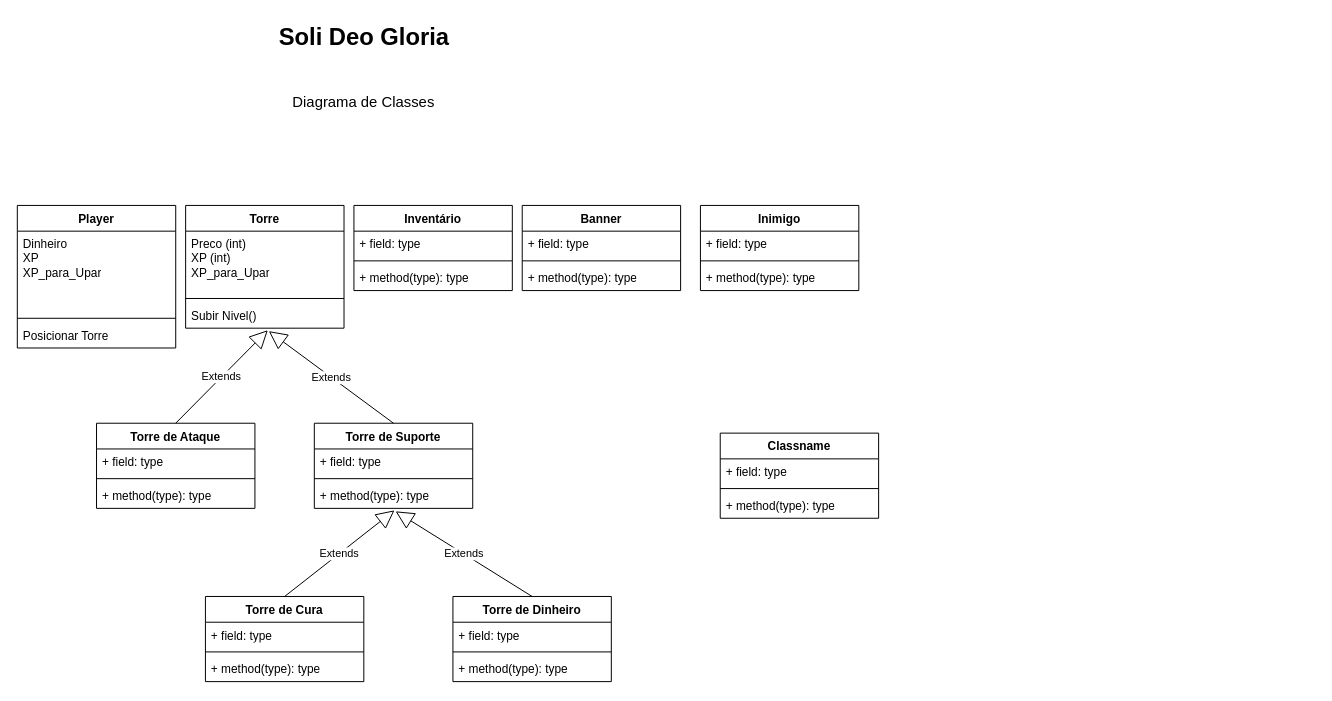
This is Diagrama de Classes.drawio from DEV-0ne-Jao/Projeto-Integrador, a draw.io file, before an edit. Source tidied: cells renumbered, new cells numbered last; positions are measured from the earlier drawing's top-left corner, leaving out a move shared by most shapes. Both pictures are drawn from the tidied source at 99%, with x=0, y=0 at pixel (17, 17).
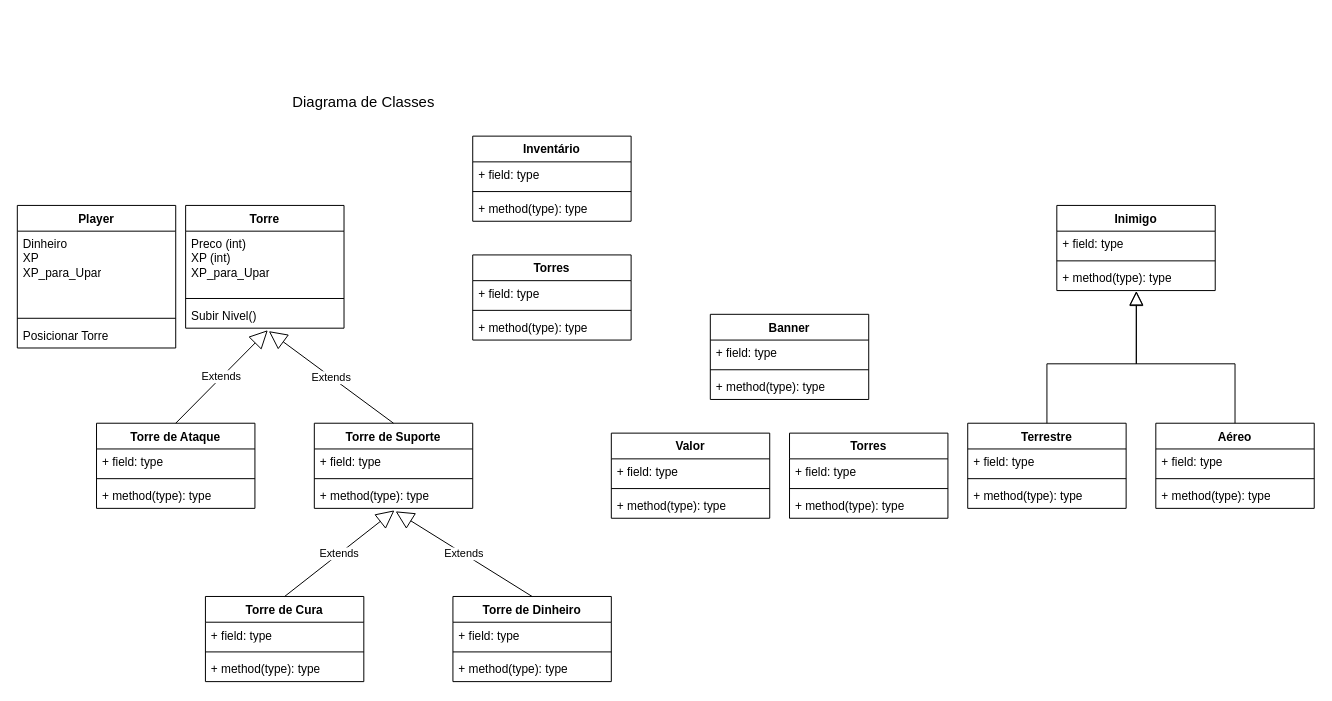
The same diagram, later.

The change refers to these unchanged cells:
```xml
<mxCell id="33" value="+ method(type): type" style="text;strokeColor=none;fillColor=none;align=left;verticalAlign=top;spacingLeft=4;spacingRight=4;overflow=hidden;points=[[0,0.5],[1,0.5]];portConstraint=eastwest;whiteSpace=wrap;html=1;" parent="30" vertex="1">
  <mxGeometry y="60" width="160" height="26" as="geometry" />
</mxCell>
```

Diff of the diagram source:
```diff
@@
-    <mxCell id="3" value="Soli Deo Gloria" style="text;strokeColor=none;fillColor=none;html=1;fontSize=24;fontStyle=1;verticalAlign=middle;align=center;" parent="1" vertex="1">
-      <mxGeometry x="300" width="100" height="40" as="geometry" />
-    </mxCell>
@@
     <mxCell id="8" value="Inventário" style="swimlane;fontStyle=1;align=center;verticalAlign=top;horizontal=1;startSize=26;whiteSpace=wrap;html=1;" parent="1" vertex="1">
-      <mxGeometry x="340" y="190" width="160" height="86" as="geometry" />
+      <mxGeometry x="460" y="120" width="160" height="86" as="geometry" />
     </mxCell>
@@
     <mxCell id="16" value="Banner" style="swimlane;fontStyle=1;align=center;verticalAlign=top;horizontal=1;startSize=26;whiteSpace=wrap;html=1;" parent="1" vertex="1">
-      <mxGeometry x="510" y="190" width="160" height="86" as="geometry" />
+      <mxGeometry x="700" y="300" width="160" height="86" as="geometry" />
     </mxCell>
@@
     <mxCell id="30" value="Inimigo" style="swimlane;fontStyle=1;align=center;verticalAlign=top;horizontal=1;startSize=26;whiteSpace=wrap;html=1;" parent="1" vertex="1">
-      <mxGeometry x="690" y="190" width="160" height="86" as="geometry" />
+      <mxGeometry x="1050" y="190" width="160" height="86" as="geometry" />
     </mxCell>
@@
-    <mxCell id="34" value="Classname" style="swimlane;fontStyle=1;align=center;verticalAlign=top;horizontal=1;startSize=26;whiteSpace=wrap;html=1;" parent="1" vertex="1">
-      <mxGeometry x="710" y="420" width="160" height="86" as="geometry" />
+    <mxCell id="34" value="Terrestre" style="swimlane;fontStyle=1;align=center;verticalAlign=top;horizontal=1;startSize=26;whiteSpace=wrap;html=1;" parent="1" vertex="1">
+      <mxGeometry x="960" y="410" width="160" height="86" as="geometry" />
     </mxCell>
@@
+    <mxCell id="48" value="Aéreo" style="swimlane;fontStyle=1;align=center;verticalAlign=top;horizontal=1;startSize=26;whiteSpace=wrap;html=1;" parent="1" vertex="1">
+      <mxGeometry x="1150" y="410" width="160" height="86" as="geometry" />
+    </mxCell>
+    <mxCell id="49" value="+ field: type" style="text;strokeColor=none;fillColor=none;align=left;verticalAlign=top;spacingLeft=4;spacingRight=4;overflow=hidden;whiteSpace=wrap;html=1;" parent="48" vertex="1">
+      <mxGeometry y="26" width="160" height="26" as="geometry" />
+    </mxCell>
+    <mxCell id="50" style="line;strokeWidth=1;fillColor=none;align=left;verticalAlign=middle;spacingTop=-1;spacingLeft=3;spacingRight=3;labelPosition=right;strokeColor=inherit;" parent="48" vertex="1">
+      <mxGeometry y="52" width="160" height="8" as="geometry" />
+    </mxCell>
+    <mxCell id="51" value="+ method(type): type" style="text;strokeColor=none;fillColor=none;align=left;verticalAlign=top;spacingLeft=4;spacingRight=4;overflow=hidden;whiteSpace=wrap;html=1;" parent="48" vertex="1">
+      <mxGeometry y="60" width="160" height="26" as="geometry" />
+    </mxCell>
+    <mxCell id="52" value="Torres" style="swimlane;fontStyle=1;align=center;verticalAlign=top;horizontal=1;startSize=26;whiteSpace=wrap;html=1;" parent="1" vertex="1">
+      <mxGeometry x="460" y="240" width="160" height="86" as="geometry" />
+    </mxCell>
+    <mxCell id="53" value="+ field: type" style="text;strokeColor=none;fillColor=none;align=left;verticalAlign=top;spacingLeft=4;spacingRight=4;overflow=hidden;whiteSpace=wrap;html=1;" parent="52" vertex="1">
+      <mxGeometry y="26" width="160" height="26" as="geometry" />
+    </mxCell>
+    <mxCell id="54" style="line;strokeWidth=1;fillColor=none;align=left;verticalAlign=middle;spacingTop=-1;spacingLeft=3;spacingRight=3;labelPosition=right;strokeColor=inherit;" parent="52" vertex="1">
+      <mxGeometry y="52" width="160" height="8" as="geometry" />
+    </mxCell>
+    <mxCell id="55" value="+ method(type): type" style="text;strokeColor=none;fillColor=none;align=left;verticalAlign=top;spacingLeft=4;spacingRight=4;overflow=hidden;whiteSpace=wrap;html=1;" parent="52" vertex="1">
+      <mxGeometry y="60" width="160" height="26" as="geometry" />
+    </mxCell>
+    <mxCell id="56" style="html=1;endSize=12;endArrow=block;endFill=0;rounded=0;exitX=0.5;exitY=0;exitDx=0;exitDy=0;entryX=0.502;entryY=1.013;entryDx=0;entryDy=0;entryPerimeter=0;edgeStyle=orthogonalEdgeStyle;" parent="1" edge="1" source="34" target="33">
+      <mxGeometry relative="1" as="geometry">
+        <Array as="points">
+          <mxPoint x="1040" y="350" />
+          <mxPoint x="1130" y="350" />
+        </Array>
+      </mxGeometry>
+    </mxCell>
+    <mxCell id="57" style="edgeStyle=orthogonalEdgeStyle;html=1;endSize=12;endArrow=block;endFill=0;rounded=0;exitX=0.5;exitY=0;exitDx=0;exitDy=0;entryX=0.502;entryY=1.041;entryDx=0;entryDy=0;entryPerimeter=0;" parent="1" edge="1" source="48" target="33">
+      <mxGeometry relative="1" as="geometry">
+        <Array as="points">
+          <mxPoint x="1230" y="350" />
+          <mxPoint x="1130" y="350" />
+        </Array>
+      </mxGeometry>
+    </mxCell>
+    <mxCell id="58" value="Torres" style="swimlane;fontStyle=1;align=center;verticalAlign=top;horizontal=1;startSize=26;whiteSpace=wrap;html=1;" parent="1" vertex="1">
+      <mxGeometry x="780" y="420" width="160" height="86" as="geometry" />
+    </mxCell>
+    <mxCell id="59" value="+ field: type" style="text;strokeColor=none;fillColor=none;align=left;verticalAlign=top;spacingLeft=4;spacingRight=4;overflow=hidden;whiteSpace=wrap;html=1;" parent="58" vertex="1">
+      <mxGeometry y="26" width="160" height="26" as="geometry" />
+    </mxCell>
+    <mxCell id="60" style="line;strokeWidth=1;fillColor=none;align=left;verticalAlign=middle;spacingTop=-1;spacingLeft=3;spacingRight=3;labelPosition=right;strokeColor=inherit;" parent="58" vertex="1">
+      <mxGeometry y="52" width="160" height="8" as="geometry" />
+    </mxCell>
+    <mxCell id="61" value="+ method(type): type" style="text;strokeColor=none;fillColor=none;align=left;verticalAlign=top;spacingLeft=4;spacingRight=4;overflow=hidden;whiteSpace=wrap;html=1;" parent="58" vertex="1">
+      <mxGeometry y="60" width="160" height="26" as="geometry" />
+    </mxCell>
+    <mxCell id="62" value="Valor" style="swimlane;fontStyle=1;align=center;verticalAlign=top;horizontal=1;startSize=26;whiteSpace=wrap;html=1;" parent="1" vertex="1">
+      <mxGeometry x="600" y="420" width="160" height="86" as="geometry" />
+    </mxCell>
+    <mxCell id="63" value="+ field: type" style="text;strokeColor=none;fillColor=none;align=left;verticalAlign=top;spacingLeft=4;spacingRight=4;overflow=hidden;whiteSpace=wrap;html=1;" parent="62" vertex="1">
+      <mxGeometry y="26" width="160" height="26" as="geometry" />
+    </mxCell>
+    <mxCell id="64" style="line;strokeWidth=1;fillColor=none;align=left;verticalAlign=middle;spacingTop=-1;spacingLeft=3;spacingRight=3;labelPosition=right;strokeColor=inherit;" parent="62" vertex="1">
+      <mxGeometry y="52" width="160" height="8" as="geometry" />
+    </mxCell>
+    <mxCell id="65" value="+ method(type): type" style="text;strokeColor=none;fillColor=none;align=left;verticalAlign=top;spacingLeft=4;spacingRight=4;overflow=hidden;whiteSpace=wrap;html=1;" parent="62" vertex="1">
+      <mxGeometry y="60" width="160" height="26" as="geometry" />
+    </mxCell>
```
